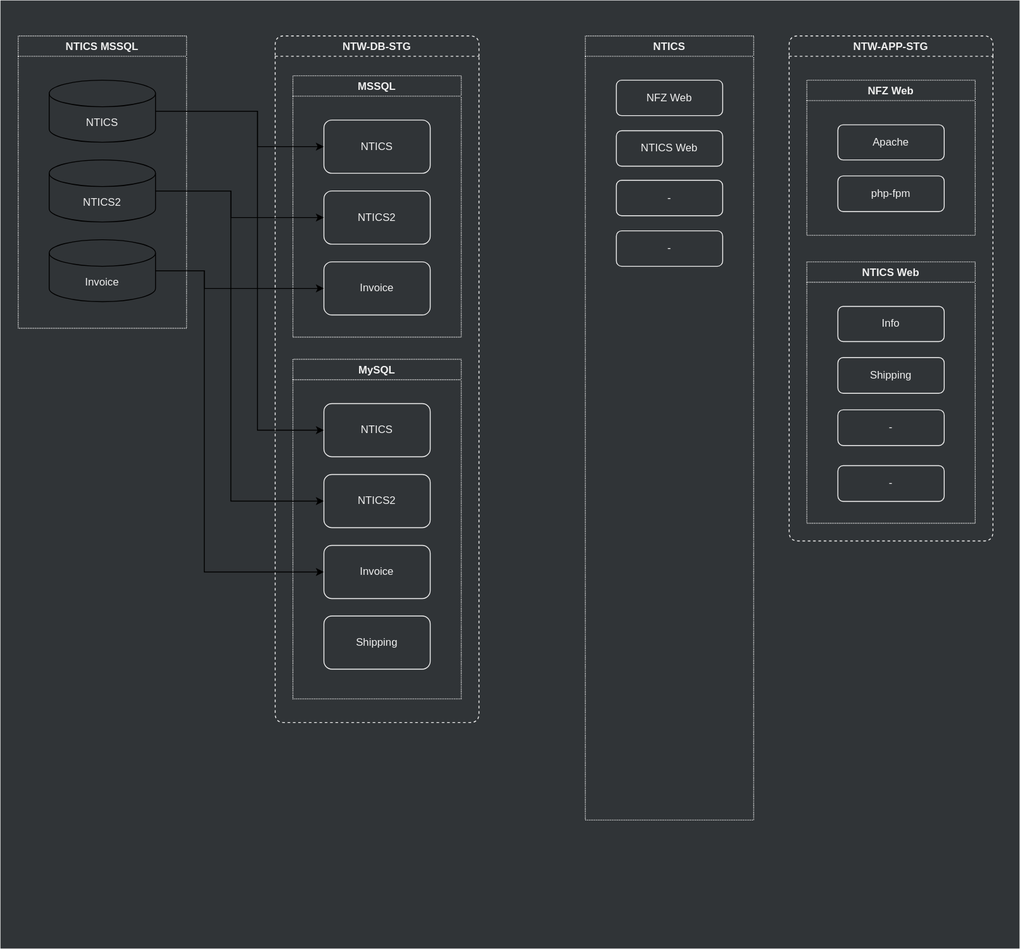
jiholee-ntwglobal/jiholee-ntwglobal.github.io keeps this draw.io diagram as assets/.draw.io/documents/devops-pipeline-structure.svg. Above is the earlier version. Source tidied: cells renumbered, new cells last; positions are measured from the earlier drawing's top-left corner, leaving out a move shared by most shapes. Source of this version:
```xml
<mxGraphModel>
  <root>
    <mxCell id="0" />
    <mxCell id="1" parent="0" />
    <mxCell id="2" style="rounded=0;whiteSpace=wrap;html=1;fillColor=#303437;strokeColor=none;" parent="1" vertex="1">
      <mxGeometry width="1150" height="1070" as="geometry" />
    </mxCell>
    <mxCell id="3" value="NTW-DB-STG" style="swimlane;rounded=1;fillColor=none;strokeColor=#F0F0F0;fontColor=#F0F0F0;dashed=1;" parent="1" vertex="1">
      <mxGeometry x="310" y="40" width="230" height="775" as="geometry" />
    </mxCell>
    <mxCell id="4" value="MySQL" style="swimlane;rounded=0;fillColor=none;strokeColor=#F0F0F0;fontColor=#F0F0F0;dashed=1;dashPattern=1 1;" parent="3" vertex="1">
      <mxGeometry x="20" y="365" width="190" height="383.2" as="geometry" />
    </mxCell>
    <mxCell id="5" value="NTICS" style="rounded=1;whiteSpace=wrap;html=1;strokeColor=#F0F0F0;fillColor=none;fontColor=#F0F0F0;" parent="4" vertex="1">
      <mxGeometry x="35" y="50" width="120" height="60" as="geometry" />
    </mxCell>
    <mxCell id="6" value="NTICS2" style="rounded=1;whiteSpace=wrap;html=1;strokeColor=#F0F0F0;fillColor=none;fontColor=#F0F0F0;" parent="4" vertex="1">
      <mxGeometry x="35" y="130" width="120" height="60" as="geometry" />
    </mxCell>
    <mxCell id="7" value="Invoice" style="rounded=1;whiteSpace=wrap;html=1;strokeColor=#F0F0F0;fillColor=none;fontColor=#F0F0F0;" parent="4" vertex="1">
      <mxGeometry x="35" y="210" width="120" height="60" as="geometry" />
    </mxCell>
    <mxCell id="8" value="Shipping" style="rounded=1;whiteSpace=wrap;html=1;strokeColor=#F0F0F0;fillColor=none;fontColor=#F0F0F0;" parent="4" vertex="1">
      <mxGeometry x="35" y="289.7" width="120" height="60" as="geometry" />
    </mxCell>
    <mxCell id="9" value="MSSQL" style="swimlane;rounded=0;fillColor=none;strokeColor=#F0F0F0;fontColor=#F0F0F0;dashed=1;dashPattern=1 1;" parent="3" vertex="1">
      <mxGeometry x="20" y="45" width="190" height="295" as="geometry" />
    </mxCell>
    <mxCell id="10" value="NTICS" style="rounded=1;whiteSpace=wrap;html=1;strokeColor=#F0F0F0;fillColor=none;fontColor=#F0F0F0;" parent="9" vertex="1">
      <mxGeometry x="35" y="50" width="120" height="60" as="geometry" />
    </mxCell>
    <mxCell id="11" value="NTICS2" style="rounded=1;whiteSpace=wrap;html=1;strokeColor=#F0F0F0;fillColor=none;fontColor=#F0F0F0;" parent="9" vertex="1">
      <mxGeometry x="35" y="130" width="120" height="60" as="geometry" />
    </mxCell>
    <mxCell id="12" value="Invoice" style="rounded=1;whiteSpace=wrap;html=1;strokeColor=#F0F0F0;fillColor=none;fontColor=#F0F0F0;" parent="9" vertex="1">
      <mxGeometry x="35" y="210" width="120" height="60" as="geometry" />
    </mxCell>
    <mxCell id="13" value="NTW-APP-STG" style="swimlane;rounded=1;fillColor=none;strokeColor=#F0F0F0;fontColor=#F0F0F0;dashed=1;" parent="1" vertex="1">
      <mxGeometry x="890" y="40" width="230" height="570" as="geometry" />
    </mxCell>
    <mxCell id="14" value="NFZ Web" style="swimlane;rounded=0;fillColor=none;strokeColor=#F0F0F0;fontColor=#F0F0F0;dashed=1;dashPattern=1 1;" parent="13" vertex="1">
      <mxGeometry x="20" y="50" width="190" height="175" as="geometry" />
    </mxCell>
    <mxCell id="15" value="Apache" style="rounded=1;whiteSpace=wrap;html=1;strokeColor=#F0F0F0;fillColor=none;fontColor=#F0F0F0;" parent="14" vertex="1">
      <mxGeometry x="35" y="50.3" width="120" height="39.7" as="geometry" />
    </mxCell>
    <mxCell id="16" value="php-fpm" style="rounded=1;whiteSpace=wrap;html=1;strokeColor=#F0F0F0;fillColor=none;fontColor=#F0F0F0;" parent="14" vertex="1">
      <mxGeometry x="35" y="108" width="120" height="40.3" as="geometry" />
    </mxCell>
    <mxCell id="17" value="NTICS Web" style="swimlane;rounded=0;fillColor=none;strokeColor=#F0F0F0;fontColor=#F0F0F0;dashed=1;dashPattern=1 1;" parent="13" vertex="1">
      <mxGeometry x="20" y="255" width="190" height="295" as="geometry" />
    </mxCell>
    <mxCell id="18" value="Info" style="rounded=1;whiteSpace=wrap;html=1;strokeColor=#F0F0F0;fillColor=none;fontColor=#F0F0F0;" parent="17" vertex="1">
      <mxGeometry x="35" y="50.3" width="120" height="39.7" as="geometry" />
    </mxCell>
    <mxCell id="19" value="Shipping" style="rounded=1;whiteSpace=wrap;html=1;strokeColor=#F0F0F0;fillColor=none;fontColor=#F0F0F0;" parent="17" vertex="1">
      <mxGeometry x="35" y="108" width="120" height="40.3" as="geometry" />
    </mxCell>
    <mxCell id="20" value="-" style="rounded=1;whiteSpace=wrap;html=1;strokeColor=#F0F0F0;fillColor=none;fontColor=#F0F0F0;" parent="17" vertex="1">
      <mxGeometry x="35" y="167" width="120" height="40.3" as="geometry" />
    </mxCell>
    <mxCell id="21" value="-" style="rounded=1;whiteSpace=wrap;html=1;strokeColor=#F0F0F0;fillColor=none;fontColor=#F0F0F0;" parent="17" vertex="1">
      <mxGeometry x="35" y="230" width="120" height="40.3" as="geometry" />
    </mxCell>
    <mxCell id="22" value="NTICS" style="swimlane;rounded=0;fillColor=none;strokeColor=#F0F0F0;fontColor=#F0F0F0;dashed=1;dashPattern=1 1;" parent="1" vertex="1">
      <mxGeometry x="660" y="40" width="190" height="885" as="geometry" />
    </mxCell>
    <mxCell id="23" value="NFZ Web" style="rounded=1;whiteSpace=wrap;html=1;strokeColor=#F0F0F0;fillColor=none;fontColor=#F0F0F0;" parent="22" vertex="1">
      <mxGeometry x="35" y="50" width="120" height="40" as="geometry" />
    </mxCell>
    <mxCell id="24" value="NTICS Web" style="rounded=1;whiteSpace=wrap;html=1;strokeColor=#F0F0F0;fillColor=none;fontColor=#F0F0F0;" parent="22" vertex="1">
      <mxGeometry x="35" y="107" width="120" height="40" as="geometry" />
    </mxCell>
    <mxCell id="25" value="-" style="rounded=1;whiteSpace=wrap;html=1;strokeColor=#F0F0F0;fillColor=none;fontColor=#F0F0F0;" parent="22" vertex="1">
      <mxGeometry x="35" y="163" width="120" height="40" as="geometry" />
    </mxCell>
    <mxCell id="26" value="-" style="rounded=1;whiteSpace=wrap;html=1;strokeColor=#F0F0F0;fillColor=none;fontColor=#F0F0F0;" parent="22" vertex="1">
      <mxGeometry x="35" y="220" width="120" height="40" as="geometry" />
    </mxCell>
    <mxCell id="27" value="NTICS MSSQL" style="swimlane;rounded=0;fillColor=none;strokeColor=#F0F0F0;fontColor=#F0F0F0;dashed=1;dashPattern=1 1;" parent="1" vertex="1">
      <mxGeometry x="20" y="40" width="190" height="330" as="geometry" />
    </mxCell>
    <mxCell id="28" value="NTICS2" style="shape=cylinder3;whiteSpace=wrap;html=1;boundedLbl=1;backgroundOutline=1;size=15;fillColor=none;fontColor=#F0F0F0;" parent="27" vertex="1">
      <mxGeometry x="35" y="140" width="120" height="70" as="geometry" />
    </mxCell>
    <mxCell id="29" value="NTICS" style="shape=cylinder3;whiteSpace=wrap;html=1;boundedLbl=1;backgroundOutline=1;size=15;fillColor=none;fontColor=#F0F0F0;" parent="27" vertex="1">
      <mxGeometry x="35" y="50" width="120" height="70" as="geometry" />
    </mxCell>
    <mxCell id="30" value="Invoice" style="shape=cylinder3;whiteSpace=wrap;html=1;boundedLbl=1;backgroundOutline=1;size=15;fillColor=none;fontColor=#F0F0F0;" parent="27" vertex="1">
      <mxGeometry x="35" y="230" width="120" height="70" as="geometry" />
    </mxCell>
    <mxCell id="31" style="edgeStyle=orthogonalEdgeStyle;rounded=0;jettySize=auto;html=1;entryX=0;entryY=0.5;entryDx=0;entryDy=0;fontColor=#F0F0F0;" parent="1" edge="1" source="29" target="10">
      <mxGeometry relative="1" as="geometry">
        <Array as="points">
          <mxPoint x="290" y="125" />
          <mxPoint x="290" y="165" />
        </Array>
      </mxGeometry>
    </mxCell>
    <mxCell id="32" style="edgeStyle=orthogonalEdgeStyle;rounded=0;jettySize=auto;html=1;entryX=0;entryY=0.5;entryDx=0;entryDy=0;fontColor=#F0F0F0;" parent="1" edge="1" source="29" target="5">
      <mxGeometry relative="1" as="geometry">
        <Array as="points">
          <mxPoint x="290" y="125" />
          <mxPoint x="290" y="485" />
        </Array>
      </mxGeometry>
    </mxCell>
    <mxCell id="33" style="edgeStyle=orthogonalEdgeStyle;rounded=0;jettySize=auto;html=1;entryX=0;entryY=0.5;entryDx=0;entryDy=0;fontColor=#F0F0F0;" parent="1" edge="1" source="28" target="11">
      <mxGeometry relative="1" as="geometry">
        <Array as="points">
          <mxPoint x="260" y="215" />
          <mxPoint x="260" y="245" />
        </Array>
      </mxGeometry>
    </mxCell>
    <mxCell id="34" style="edgeStyle=orthogonalEdgeStyle;rounded=0;jettySize=auto;html=1;entryX=0;entryY=0.5;entryDx=0;entryDy=0;fontColor=#F0F0F0;" parent="1" edge="1" source="28" target="6">
      <mxGeometry relative="1" as="geometry">
        <Array as="points">
          <mxPoint x="260" y="215" />
          <mxPoint x="260" y="565" />
        </Array>
      </mxGeometry>
    </mxCell>
    <mxCell id="35" style="edgeStyle=orthogonalEdgeStyle;rounded=0;jettySize=auto;html=1;entryX=0;entryY=0.5;entryDx=0;entryDy=0;fontColor=#F0F0F0;" parent="1" edge="1" source="30" target="12">
      <mxGeometry relative="1" as="geometry">
        <Array as="points">
          <mxPoint x="230" y="305" />
          <mxPoint x="230" y="325" />
        </Array>
      </mxGeometry>
    </mxCell>
    <mxCell id="36" style="edgeStyle=orthogonalEdgeStyle;rounded=0;jettySize=auto;html=1;entryX=0;entryY=0.5;entryDx=0;entryDy=0;fontColor=#F0F0F0;" parent="1" edge="1" source="30" target="7">
      <mxGeometry relative="1" as="geometry">
        <Array as="points">
          <mxPoint x="230" y="305" />
          <mxPoint x="230" y="645" />
        </Array>
      </mxGeometry>
    </mxCell>
  </root>
</mxGraphModel>
```
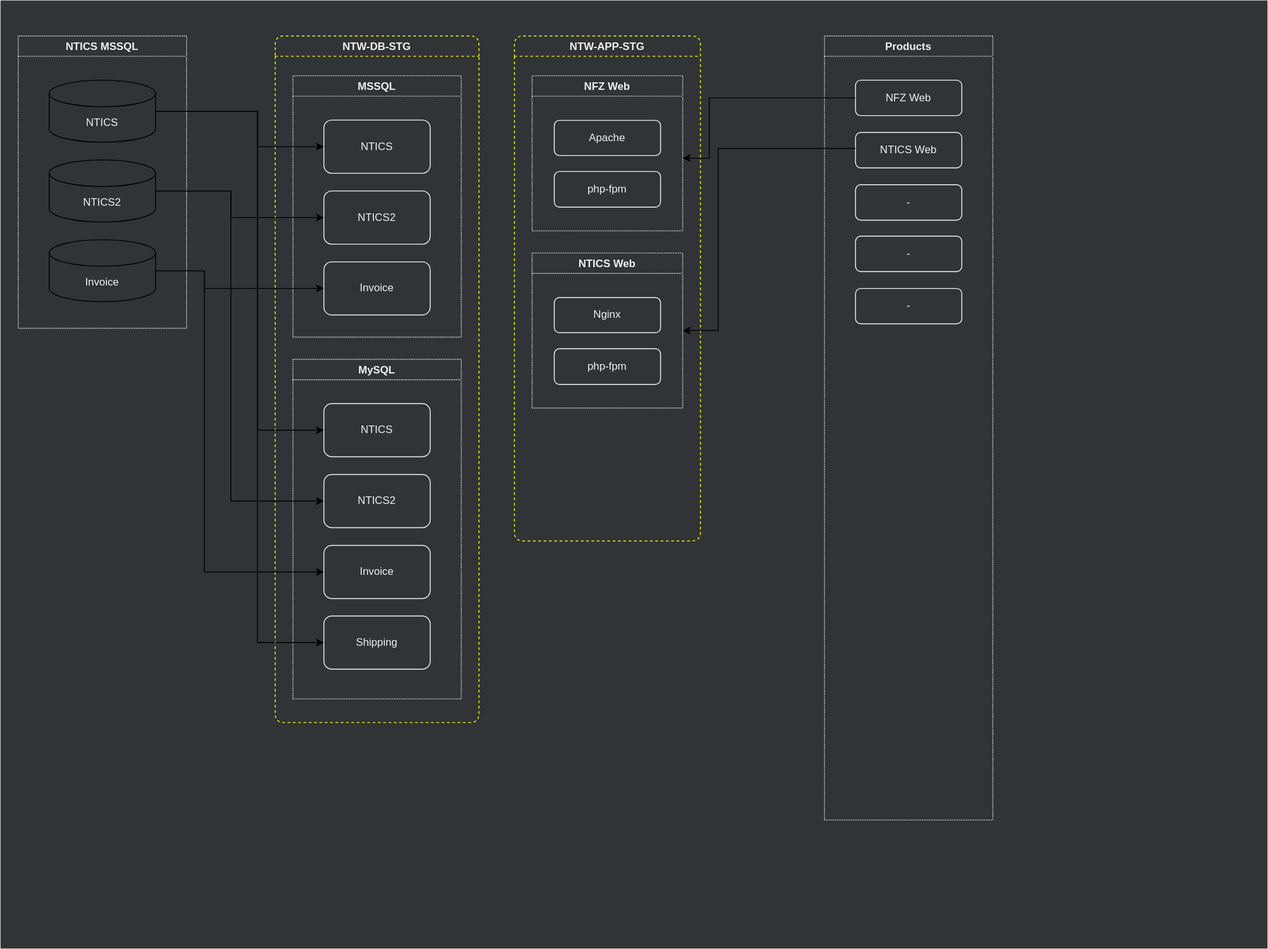
Above is the later version.

What changed in the source:
```diff
@@ -3,9 +3,9 @@
     <mxCell id="0" />
     <mxCell id="1" parent="0" />
     <mxCell id="2" style="rounded=0;whiteSpace=wrap;html=1;fillColor=#303437;strokeColor=none;" parent="1" vertex="1">
-      <mxGeometry width="1150" height="1070" as="geometry" />
+      <mxGeometry width="1430" height="1070" as="geometry" />
     </mxCell>
-    <mxCell id="3" value="NTW-DB-STG" style="swimlane;rounded=1;fillColor=none;strokeColor=#F0F0F0;fontColor=#F0F0F0;dashed=1;" parent="1" vertex="1">
+    <mxCell id="3" value="NTW-DB-STG" style="swimlane;rounded=1;fillColor=none;fontColor=#F0F0F0;dashed=1;strokeColor=#FFFF00;" parent="1" vertex="1">
       <mxGeometry x="310" y="40" width="230" height="775" as="geometry" />
     </mxCell>
     <mxCell id="4" value="MySQL" style="swimlane;rounded=0;fillColor=none;strokeColor=#F0F0F0;fontColor=#F0F0F0;dashed=1;dashPattern=1 1;" parent="3" vertex="1">
@@ -35,47 +35,41 @@
     <mxCell id="12" value="Invoice" style="rounded=1;whiteSpace=wrap;html=1;strokeColor=#F0F0F0;fillColor=none;fontColor=#F0F0F0;" parent="9" vertex="1">
       <mxGeometry x="35" y="210" width="120" height="60" as="geometry" />
     </mxCell>
-    <mxCell id="13" value="NTW-APP-STG" style="swimlane;rounded=1;fillColor=none;strokeColor=#F0F0F0;fontColor=#F0F0F0;dashed=1;" parent="1" vertex="1">
-      <mxGeometry x="890" y="40" width="230" height="570" as="geometry" />
+    <mxCell id="13" value="NTW-APP-STG" style="swimlane;rounded=1;fillColor=none;fontColor=#F0F0F0;dashed=1;strokeColor=#FFFF00;" parent="1" vertex="1">
+      <mxGeometry x="580" y="40" width="210" height="570" as="geometry" />
     </mxCell>
     <mxCell id="14" value="NFZ Web" style="swimlane;rounded=0;fillColor=none;strokeColor=#F0F0F0;fontColor=#F0F0F0;dashed=1;dashPattern=1 1;" parent="13" vertex="1">
-      <mxGeometry x="20" y="50" width="190" height="175" as="geometry" />
+      <mxGeometry x="20" y="45" width="170" height="175" as="geometry" />
     </mxCell>
     <mxCell id="15" value="Apache" style="rounded=1;whiteSpace=wrap;html=1;strokeColor=#F0F0F0;fillColor=none;fontColor=#F0F0F0;" parent="14" vertex="1">
-      <mxGeometry x="35" y="50.3" width="120" height="39.7" as="geometry" />
+      <mxGeometry x="25" y="50.3" width="120" height="39.7" as="geometry" />
     </mxCell>
     <mxCell id="16" value="php-fpm" style="rounded=1;whiteSpace=wrap;html=1;strokeColor=#F0F0F0;fillColor=none;fontColor=#F0F0F0;" parent="14" vertex="1">
-      <mxGeometry x="35" y="108" width="120" height="40.3" as="geometry" />
+      <mxGeometry x="25" y="108" width="120" height="40.3" as="geometry" />
     </mxCell>
     <mxCell id="17" value="NTICS Web" style="swimlane;rounded=0;fillColor=none;strokeColor=#F0F0F0;fontColor=#F0F0F0;dashed=1;dashPattern=1 1;" parent="13" vertex="1">
-      <mxGeometry x="20" y="255" width="190" height="295" as="geometry" />
+      <mxGeometry x="20" y="245" width="170" height="175" as="geometry" />
     </mxCell>
-    <mxCell id="18" value="Info" style="rounded=1;whiteSpace=wrap;html=1;strokeColor=#F0F0F0;fillColor=none;fontColor=#F0F0F0;" parent="17" vertex="1">
-      <mxGeometry x="35" y="50.3" width="120" height="39.7" as="geometry" />
+    <mxCell id="18" value="Nginx" style="rounded=1;whiteSpace=wrap;html=1;strokeColor=#F0F0F0;fillColor=none;fontColor=#F0F0F0;" parent="17" vertex="1">
+      <mxGeometry x="25" y="50.3" width="120" height="39.7" as="geometry" />
     </mxCell>
-    <mxCell id="19" value="Shipping" style="rounded=1;whiteSpace=wrap;html=1;strokeColor=#F0F0F0;fillColor=none;fontColor=#F0F0F0;" parent="17" vertex="1">
-      <mxGeometry x="35" y="108" width="120" height="40.3" as="geometry" />
+    <mxCell id="19" value="php-fpm" style="rounded=1;whiteSpace=wrap;html=1;strokeColor=#F0F0F0;fillColor=none;fontColor=#F0F0F0;" parent="17" vertex="1">
+      <mxGeometry x="25" y="108" width="120" height="40.3" as="geometry" />
     </mxCell>
-    <mxCell id="20" value="-" style="rounded=1;whiteSpace=wrap;html=1;strokeColor=#F0F0F0;fillColor=none;fontColor=#F0F0F0;" parent="17" vertex="1">
-      <mxGeometry x="35" y="167" width="120" height="40.3" as="geometry" />
-    </mxCell>
-    <mxCell id="21" value="-" style="rounded=1;whiteSpace=wrap;html=1;strokeColor=#F0F0F0;fillColor=none;fontColor=#F0F0F0;" parent="17" vertex="1">
-      <mxGeometry x="35" y="230" width="120" height="40.3" as="geometry" />
-    </mxCell>
-    <mxCell id="22" value="NTICS" style="swimlane;rounded=0;fillColor=none;strokeColor=#F0F0F0;fontColor=#F0F0F0;dashed=1;dashPattern=1 1;" parent="1" vertex="1">
-      <mxGeometry x="660" y="40" width="190" height="885" as="geometry" />
+    <mxCell id="22" value="Products" style="swimlane;rounded=0;fillColor=none;strokeColor=#F0F0F0;fontColor=#F0F0F0;dashed=1;dashPattern=1 1;" parent="1" vertex="1">
+      <mxGeometry x="930" y="40" width="190" height="885" as="geometry" />
     </mxCell>
     <mxCell id="23" value="NFZ Web" style="rounded=1;whiteSpace=wrap;html=1;strokeColor=#F0F0F0;fillColor=none;fontColor=#F0F0F0;" parent="22" vertex="1">
       <mxGeometry x="35" y="50" width="120" height="40" as="geometry" />
     </mxCell>
     <mxCell id="24" value="NTICS Web" style="rounded=1;whiteSpace=wrap;html=1;strokeColor=#F0F0F0;fillColor=none;fontColor=#F0F0F0;" parent="22" vertex="1">
-      <mxGeometry x="35" y="107" width="120" height="40" as="geometry" />
+      <mxGeometry x="35" y="109" width="120" height="40" as="geometry" />
     </mxCell>
     <mxCell id="25" value="-" style="rounded=1;whiteSpace=wrap;html=1;strokeColor=#F0F0F0;fillColor=none;fontColor=#F0F0F0;" parent="22" vertex="1">
-      <mxGeometry x="35" y="163" width="120" height="40" as="geometry" />
+      <mxGeometry x="35" y="168" width="120" height="40" as="geometry" />
     </mxCell>
     <mxCell id="26" value="-" style="rounded=1;whiteSpace=wrap;html=1;strokeColor=#F0F0F0;fillColor=none;fontColor=#F0F0F0;" parent="22" vertex="1">
-      <mxGeometry x="35" y="220" width="120" height="40" as="geometry" />
+      <mxGeometry x="35" y="226" width="120" height="40" as="geometry" />
     </mxCell>
     <mxCell id="27" value="NTICS MSSQL" style="swimlane;rounded=0;fillColor=none;strokeColor=#F0F0F0;fontColor=#F0F0F0;dashed=1;dashPattern=1 1;" parent="1" vertex="1">
       <mxGeometry x="20" y="40" width="190" height="330" as="geometry" />
@@ -137,5 +131,33 @@
         </Array>
       </mxGeometry>
     </mxCell>
+    <mxCell id="37" style="edgeStyle=orthogonalEdgeStyle;rounded=0;jettySize=auto;html=1;fontColor=#F0F0F0;exitX=0;exitY=0.5;exitDx=0;exitDy=0;" parent="1" edge="1" source="23">
+      <mxGeometry relative="1" as="geometry">
+        <mxPoint x="770" y="178" as="targetPoint" />
+        <Array as="points">
+          <mxPoint x="800" y="110" />
+          <mxPoint x="800" y="178" />
+        </Array>
+      </mxGeometry>
+    </mxCell>
+    <mxCell id="38" style="edgeStyle=orthogonalEdgeStyle;rounded=0;jettySize=auto;html=1;entryX=1;entryY=0.5;entryDx=0;entryDy=0;fontColor=#F0F0F0;" parent="1" edge="1" source="24" target="17">
+      <mxGeometry relative="1" as="geometry">
+        <Array as="points">
+          <mxPoint x="810" y="167" />
+          <mxPoint x="810" y="373" />
+        </Array>
+      </mxGeometry>
+    </mxCell>
+    <mxCell id="39" style="edgeStyle=orthogonalEdgeStyle;rounded=0;jettySize=auto;html=1;entryX=0;entryY=0.5;entryDx=0;entryDy=0;fontColor=#F0F0F0;" parent="1" edge="1" source="29" target="8">
+      <mxGeometry relative="1" as="geometry">
+        <Array as="points">
+          <mxPoint x="290" y="125" />
+          <mxPoint x="290" y="725" />
+        </Array>
+      </mxGeometry>
+    </mxCell>
+    <mxCell id="40" value="-" style="rounded=1;whiteSpace=wrap;html=1;strokeColor=#F0F0F0;fillColor=none;fontColor=#F0F0F0;" parent="1" vertex="1">
+      <mxGeometry x="965" y="325" width="120" height="40" as="geometry" />
+    </mxCell>
   </root>
 </mxGraphModel>
```
